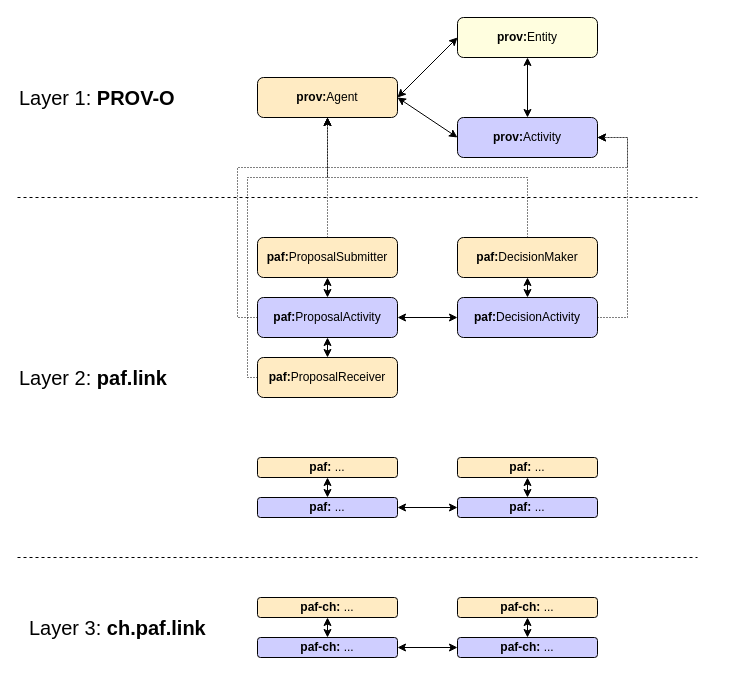
swiss/paf-link keeps this draw.io diagram as img/layers.drawio. Above is the earlier version. Source tidied: cells renumbered, new cells numbered last; positions are measured from the earlier drawing's top-left corner, leaving out a move shared by most shapes. Both pictures are drawn from the tidied source at 100%, with x=0, y=0 at pixel (17, 17).
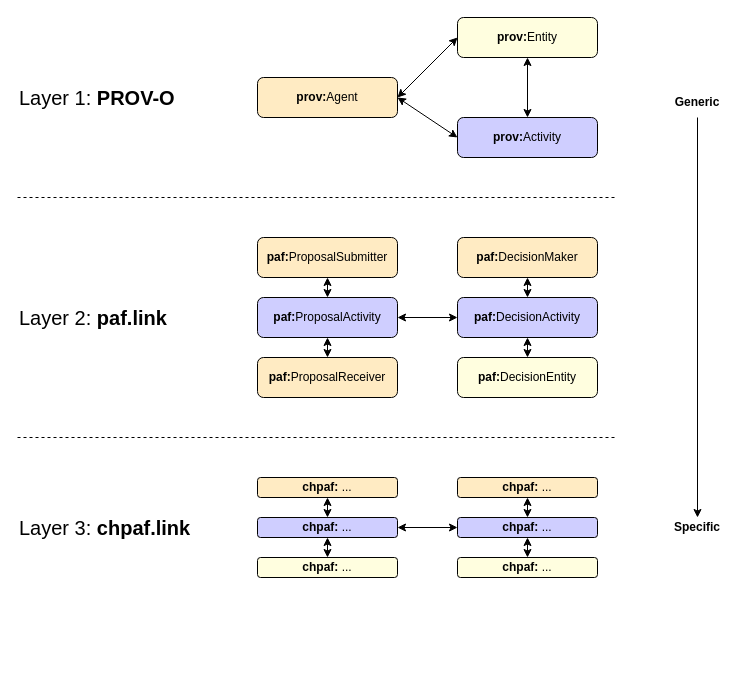
The same diagram, later.

Unchanged cells that the change refers to:
```xml
<mxCell id="3" value="&lt;b&gt;prov:&lt;/b&gt;Activity" style="rounded=1;whiteSpace=wrap;html=1;labelBackgroundColor=none;fontColor=none;fillColor=#cfceff;fontSize=12;" parent="1" vertex="1">
  <mxGeometry x="440" y="100" width="140" height="40" as="geometry" />
</mxCell>
<mxCell id="7" value="&lt;b&gt;prov:&lt;/b&gt;Agent" style="rounded=1;whiteSpace=wrap;html=1;labelBackgroundColor=none;fontColor=none;fillColor=#ffebc3;fontSize=12;" parent="1" vertex="1">
  <mxGeometry x="240" y="60" width="140" height="40" as="geometry" />
</mxCell>
<mxCell id="15" value="&lt;b&gt;paf:&lt;/b&gt;ProposalActivity" style="rounded=1;whiteSpace=wrap;html=1;labelBackgroundColor=none;fontColor=none;fillColor=#cfceff;fontSize=12;" parent="1" vertex="1">
  <mxGeometry x="240" y="280" width="140" height="40" as="geometry" />
</mxCell>
<mxCell id="17" value="&lt;b&gt;paf:&lt;/b&gt;DecisionActivity" style="rounded=1;whiteSpace=wrap;html=1;labelBackgroundColor=none;fontColor=none;fillColor=#cfceff;fontSize=12;" parent="1" vertex="1">
  <mxGeometry x="440" y="280" width="140" height="40" as="geometry" />
</mxCell>
<mxCell id="20" value="&lt;b&gt;paf:&lt;/b&gt;DecisionMaker" style="rounded=1;whiteSpace=wrap;html=1;labelBackgroundColor=none;fontColor=none;fillColor=#ffebc3;fontSize=12;" parent="1" vertex="1">
  <mxGeometry x="440" y="220" width="140" height="40" as="geometry" />
</mxCell>
<mxCell id="22" value="&lt;b&gt;paf:&lt;/b&gt;ProposalSubmitter" style="rounded=1;whiteSpace=wrap;html=1;labelBackgroundColor=none;fontColor=none;fillColor=#ffebc3;fontSize=12;" parent="1" vertex="1">
  <mxGeometry x="240" y="220" width="140" height="40" as="geometry" />
</mxCell>
<mxCell id="24" value="&lt;b&gt;paf:&lt;/b&gt;ProposalReceiver" style="rounded=1;whiteSpace=wrap;html=1;labelBackgroundColor=none;fontColor=none;fillColor=#ffebc3;fontSize=12;" parent="1" vertex="1">
  <mxGeometry x="240" y="340" width="140" height="40" as="geometry" />
</mxCell>
```

What changed in the source:
```diff
@@
-    <mxCell id="5" value="&lt;b&gt;prov:&lt;/b&gt;Entity" style="rounded=1;whiteSpace=wrap;html=1;labelBackgroundColor=none;fontColor=none;fillColor=#fffedf;fontSize=12;" parent="1" vertex="1">
+    <mxCell id="5" value="&lt;b&gt;prov:&lt;/b&gt;Entity" style="rounded=1;whiteSpace=wrap;html=1;labelBackgroundColor=none;fontColor=none;fillColor=#FFFEDF;fontSize=12;" parent="1" vertex="1">
       <mxGeometry x="440" width="140" height="40" as="geometry" />
     </mxCell>
@@
     <mxCell id="9" style="endArrow=none;dashed=1;html=1;strokeWidth=1;fontSize=20;fontColor=none;" parent="1" edge="1">
       <mxGeometry relative="1" as="geometry">
         <mxPoint y="180" as="sourcePoint" />
-        <mxPoint x="680" y="180" as="targetPoint" />
+        <mxPoint x="600" y="180" as="targetPoint" />
       </mxGeometry>
     </mxCell>
     <mxCell id="10" value="Layer 2: &lt;b&gt;paf.link&lt;/b&gt;" style="text;strokeColor=none;align=left;fillColor=none;html=1;verticalAlign=middle;whiteSpace=wrap;rounded=0;labelBackgroundColor=none;fontSize=20;fontColor=none;" parent="1" vertex="1">
-      <mxGeometry y="340" width="170" height="40" as="geometry" />
+      <mxGeometry y="280" width="170" height="40" as="geometry" />
     </mxCell>
     <mxCell id="11" style="endArrow=none;dashed=1;html=1;strokeWidth=1;fontSize=20;fontColor=none;" parent="1" edge="1">
       <mxGeometry relative="1" as="geometry">
-        <mxPoint y="540" as="sourcePoint" />
-        <mxPoint x="680" y="540" as="targetPoint" />
+        <mxPoint y="420" as="sourcePoint" />
+        <mxPoint x="600" y="420" as="targetPoint" />
       </mxGeometry>
     </mxCell>
@@
-    <mxCell id="14" style="edgeStyle=orthogonalEdgeStyle;rounded=0;html=1;exitX=0;exitY=0.5;exitDx=0;exitDy=0;dashed=1;dashPattern=1 2;strokeWidth=1;fontSize=12;fontColor=none;startArrow=none;startFill=0;" parent="1" edge="1" source="15">
-      <mxGeometry relative="1" as="geometry">
-        <mxPoint x="580" y="120" as="targetPoint" />
-        <Array as="points">
-          <mxPoint x="220" y="300" />
-          <mxPoint x="220" y="150" />
-          <mxPoint x="610" y="150" />
-          <mxPoint x="610" y="120" />
-        </Array>
-      </mxGeometry>
-    </mxCell>
@@
-    <mxCell id="16" style="edgeStyle=orthogonalEdgeStyle;rounded=0;html=1;exitX=1;exitY=0.5;exitDx=0;exitDy=0;entryX=1;entryY=0.5;entryDx=0;entryDy=0;dashed=1;dashPattern=1 2;strokeWidth=1;fontSize=12;fontColor=none;startArrow=none;startFill=0;" parent="1" edge="1" source="17" target="3">
-      <mxGeometry relative="1" as="geometry">
-        <Array as="points">
-          <mxPoint x="610" y="300" />
-          <mxPoint x="610" y="120" />
-        </Array>
-      </mxGeometry>
-    </mxCell>
+    <mxCell id="41" style="edgeStyle=none;html=1;exitX=0.5;exitY=1;exitDx=0;exitDy=0;startArrow=classic;startFill=1;" parent="1" edge="1" source="17" target="44">
+      <mxGeometry relative="1" as="geometry" />
+    </mxCell>
@@
-    <mxCell id="19" style="edgeStyle=orthogonalEdgeStyle;html=1;exitX=0.5;exitY=0;exitDx=0;exitDy=0;entryX=0.5;entryY=1;entryDx=0;entryDy=0;dashed=1;dashPattern=1 2;strokeWidth=1;fontSize=12;fontColor=none;startArrow=none;startFill=0;rounded=0;" parent="1" edge="1" source="20" target="7">
-      <mxGeometry relative="1" as="geometry" />
-    </mxCell>
@@
-    <mxCell id="21" style="edgeStyle=none;html=1;exitX=0.5;exitY=0;exitDx=0;exitDy=0;entryX=0.5;entryY=1;entryDx=0;entryDy=0;strokeWidth=1;fontSize=12;fontColor=none;startArrow=none;startFill=0;dashed=1;dashPattern=1 2;" parent="1" edge="1" source="22" target="7">
-      <mxGeometry relative="1" as="geometry" />
-    </mxCell>
@@
-    <mxCell id="23" style="edgeStyle=orthogonalEdgeStyle;rounded=0;html=1;exitX=0;exitY=0.5;exitDx=0;exitDy=0;dashed=1;dashPattern=1 2;strokeWidth=1;fontSize=12;fontColor=none;startArrow=none;startFill=0;" parent="1" edge="1" source="24">
-      <mxGeometry relative="1" as="geometry">
-        <mxPoint x="310" y="100" as="targetPoint" />
-        <Array as="points">
-          <mxPoint x="230" y="360" />
-          <mxPoint x="230" y="160" />
-          <mxPoint x="310" y="160" />
-        </Array>
-      </mxGeometry>
-    </mxCell>
@@
-    <mxCell id="26" style="edgeStyle=none;html=1;exitX=1;exitY=0.5;exitDx=0;exitDy=0;entryX=0;entryY=0.5;entryDx=0;entryDy=0;strokeWidth=1;fontSize=12;fontColor=none;startArrow=classic;startFill=1;" parent="1" edge="1" source="27" target="28">
-      <mxGeometry relative="1" as="geometry" />
-    </mxCell>
-    <mxCell id="27" value="&lt;b style=&quot;border-color: var(--border-color);&quot;&gt;paf:&lt;/b&gt;&amp;nbsp;..." style="rounded=1;whiteSpace=wrap;html=1;labelBackgroundColor=none;fontColor=none;fillColor=#cfceff;fontSize=12;" parent="1" vertex="1">
-      <mxGeometry x="240" y="480" width="140" height="20" as="geometry" />
-    </mxCell>
-    <mxCell id="28" value="&lt;b style=&quot;border-color: var(--border-color);&quot;&gt;paf:&lt;/b&gt;&amp;nbsp;..." style="rounded=1;whiteSpace=wrap;html=1;labelBackgroundColor=none;fontColor=none;fillColor=#cfceff;fontSize=12;" parent="1" vertex="1">
-      <mxGeometry x="440" y="480" width="140" height="20" as="geometry" />
-    </mxCell>
-    <mxCell id="29" style="edgeStyle=none;html=1;strokeWidth=1;fontSize=12;fontColor=none;startArrow=classic;startFill=1;" parent="1" edge="1" source="30" target="28">
-      <mxGeometry relative="1" as="geometry" />
-    </mxCell>
-    <mxCell id="30" value="&lt;b style=&quot;border-color: var(--border-color);&quot;&gt;paf:&lt;/b&gt;&amp;nbsp;..." style="rounded=1;whiteSpace=wrap;html=1;labelBackgroundColor=none;fontColor=none;fillColor=#ffebc3;fontSize=12;" parent="1" vertex="1">
-      <mxGeometry x="440" y="440" width="140" height="20" as="geometry" />
-    </mxCell>
-    <mxCell id="31" value="&lt;b&gt;paf:&lt;/b&gt; ..." style="rounded=1;whiteSpace=wrap;html=1;labelBackgroundColor=none;fontColor=none;fillColor=#ffebc3;fontSize=12;" parent="1" vertex="1">
-      <mxGeometry x="240" y="440" width="140" height="20" as="geometry" />
-    </mxCell>
-    <mxCell id="32" style="endArrow=classic;startArrow=classic;html=1;strokeWidth=1;fontSize=12;fontColor=none;exitX=0.5;exitY=0;exitDx=0;exitDy=0;entryX=0.5;entryY=1;entryDx=0;entryDy=0;" parent="1" edge="1" source="27" target="31">
-      <mxGeometry relative="1" as="geometry" />
-    </mxCell>
-    <mxCell id="33" value="Layer 3: &lt;b&gt;ch.paf.link&lt;/b&gt;" style="text;strokeColor=none;align=left;fillColor=none;html=1;verticalAlign=middle;whiteSpace=wrap;rounded=0;labelBackgroundColor=none;fontSize=20;fontColor=none;" parent="1" vertex="1">
-      <mxGeometry x="10" y="590" width="200" height="40" as="geometry" />
+    <mxCell id="33" value="Layer 3: &lt;b&gt;chpaf.link&lt;/b&gt;" style="text;strokeColor=none;align=left;fillColor=none;html=1;verticalAlign=middle;whiteSpace=wrap;rounded=0;labelBackgroundColor=none;fontSize=20;fontColor=none;" parent="1" vertex="1">
+      <mxGeometry y="490" width="200" height="40" as="geometry" />
     </mxCell>
@@
+    <mxCell id="42" style="edgeStyle=none;html=1;exitX=0.5;exitY=1;exitDx=0;exitDy=0;entryX=0.5;entryY=0;entryDx=0;entryDy=0;startArrow=classic;startFill=1;" parent="1" edge="1" source="35" target="46">
+      <mxGeometry relative="1" as="geometry" />
+    </mxCell>
-    <mxCell id="35" value="&lt;b style=&quot;border-color: var(--border-color);&quot;&gt;paf-ch:&lt;/b&gt;&amp;nbsp;..." style="rounded=1;whiteSpace=wrap;html=1;labelBackgroundColor=none;fontColor=none;fillColor=#cfceff;fontSize=12;" parent="1" vertex="1">
-      <mxGeometry x="240" y="620" width="140" height="20" as="geometry" />
+    <mxCell id="35" value="&lt;b style=&quot;border-color: var(--border-color);&quot;&gt;chpaf:&lt;/b&gt;&amp;nbsp;..." style="rounded=1;whiteSpace=wrap;html=1;labelBackgroundColor=none;fontColor=none;fillColor=#cfceff;fontSize=12;" parent="1" vertex="1">
+      <mxGeometry x="240" y="500" width="140" height="20" as="geometry" />
     </mxCell>
+    <mxCell id="43" style="edgeStyle=none;html=1;exitX=0.5;exitY=1;exitDx=0;exitDy=0;entryX=0.5;entryY=0;entryDx=0;entryDy=0;startArrow=classic;startFill=1;" parent="1" edge="1" source="36" target="45">
+      <mxGeometry relative="1" as="geometry" />
+    </mxCell>
-    <mxCell id="36" value="&lt;b style=&quot;border-color: var(--border-color);&quot;&gt;paf-ch:&lt;/b&gt;&amp;nbsp;..." style="rounded=1;whiteSpace=wrap;html=1;labelBackgroundColor=none;fontColor=none;fillColor=#cfceff;fontSize=12;" parent="1" vertex="1">
-      <mxGeometry x="440" y="620" width="140" height="20" as="geometry" />
+    <mxCell id="36" value="&lt;b&gt;chpaf:&lt;/b&gt; ..." style="rounded=1;whiteSpace=wrap;html=1;labelBackgroundColor=none;fontColor=none;fillColor=#cfceff;fontSize=12;" parent="1" vertex="1">
+      <mxGeometry x="440" y="500" width="140" height="20" as="geometry" />
     </mxCell>
@@
-    <mxCell id="38" value="&lt;b style=&quot;border-color: var(--border-color);&quot;&gt;paf-ch:&lt;/b&gt;&amp;nbsp;..." style="rounded=1;whiteSpace=wrap;html=1;labelBackgroundColor=none;fontColor=none;fillColor=#ffebc3;fontSize=12;" parent="1" vertex="1">
-      <mxGeometry x="440" y="580" width="140" height="20" as="geometry" />
+    <mxCell id="38" value="&lt;b&gt;chpaf:&lt;/b&gt; ..." style="rounded=1;whiteSpace=wrap;html=1;labelBackgroundColor=none;fontColor=none;fillColor=#ffebc3;fontSize=12;" parent="1" vertex="1">
+      <mxGeometry x="440" y="460" width="140" height="20" as="geometry" />
     </mxCell>
-    <mxCell id="39" value="&lt;b&gt;paf-ch:&lt;/b&gt; ..." style="rounded=1;whiteSpace=wrap;html=1;labelBackgroundColor=none;fontColor=none;fillColor=#ffebc3;fontSize=12;" parent="1" vertex="1">
-      <mxGeometry x="240" y="580" width="140" height="20" as="geometry" />
+    <mxCell id="39" value="&lt;b&gt;chpaf:&lt;/b&gt; ..." style="rounded=1;whiteSpace=wrap;html=1;labelBackgroundColor=none;fontColor=none;fillColor=#ffebc3;fontSize=12;" parent="1" vertex="1">
+      <mxGeometry x="240" y="460" width="140" height="20" as="geometry" />
     </mxCell>
@@
+    <mxCell id="44" value="&lt;b&gt;paf:&lt;/b&gt;DecisionEntity" style="rounded=1;whiteSpace=wrap;html=1;labelBackgroundColor=none;fontColor=none;fillColor=#fffedf;fontSize=12;" parent="1" vertex="1">
+      <mxGeometry x="440" y="340" width="140" height="40" as="geometry" />
+    </mxCell>
+    <mxCell id="45" value="&lt;b&gt;chpaf:&lt;/b&gt; ..." style="rounded=1;whiteSpace=wrap;html=1;labelBackgroundColor=none;fontColor=none;fillColor=#FFFEDF;fontSize=12;" parent="1" vertex="1">
+      <mxGeometry x="440" y="540" width="140" height="20" as="geometry" />
+    </mxCell>
+    <mxCell id="46" value="&lt;b&gt;chpaf:&lt;/b&gt; ..." style="rounded=1;whiteSpace=wrap;html=1;labelBackgroundColor=none;fontColor=none;fillColor=#FFFEDF;fontSize=12;" parent="1" vertex="1">
+      <mxGeometry x="240" y="540" width="140" height="20" as="geometry" />
+    </mxCell>
+    <mxCell id="47" style="endArrow=classic;html=1;" parent="1" edge="1">
+      <mxGeometry relative="1" as="geometry">
+        <mxPoint x="680" y="100" as="sourcePoint" />
+        <mxPoint x="680" y="500" as="targetPoint" />
+      </mxGeometry>
+    </mxCell>
+    <mxCell id="48" value="&lt;b&gt;Specific&lt;/b&gt;" style="text;html=1;strokeColor=none;fillColor=none;align=center;verticalAlign=middle;whiteSpace=wrap;rounded=0;" parent="1" vertex="1">
+      <mxGeometry x="650" y="495" width="60" height="30" as="geometry" />
+    </mxCell>
+    <mxCell id="49" value="&lt;b&gt;Generic&lt;/b&gt;" style="text;html=1;strokeColor=none;fillColor=none;align=center;verticalAlign=middle;whiteSpace=wrap;rounded=0;" parent="1" vertex="1">
+      <mxGeometry x="650" y="70" width="60" height="30" as="geometry" />
+    </mxCell>
```
